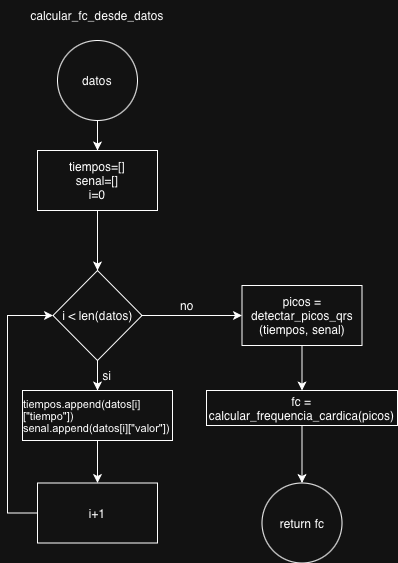
Before: Diagramas/calcular_fc_desde_datos.png, a diagram exported from draw.io (benjacoduti/Pulse_Lab). Source tidied: cells renumbered, new cells last; positions are measured from the earlier drawing's top-left corner, leaving out a move shared by most shapes. Its diagram source:
```xml
<mxGraphModel>
  <root>
    <mxCell id="0" />
    <mxCell id="1" parent="0" />
    <mxCell id="2" value="calcular_fc_desde_datos" style="text;html=1;whiteSpace=wrap;strokeColor=none;fillColor=none;align=center;verticalAlign=middle;rounded=0;" parent="1" vertex="1">
      <mxGeometry x="60" width="60" height="30" as="geometry" />
    </mxCell>
    <mxCell id="3" style="edgeStyle=orthogonalEdgeStyle;rounded=0;jettySize=auto;html=1;" parent="1" edge="1" source="4" target="6">
      <mxGeometry relative="1" as="geometry" />
    </mxCell>
    <mxCell id="4" value="datos" style="ellipse;whiteSpace=wrap;html=1;" parent="1" vertex="1">
      <mxGeometry x="50" y="40" width="80" height="80" as="geometry" />
    </mxCell>
    <mxCell id="5" style="edgeStyle=orthogonalEdgeStyle;rounded=0;jettySize=auto;html=1;" parent="1" edge="1" source="6" target="9">
      <mxGeometry relative="1" as="geometry" />
    </mxCell>
    <mxCell id="6" value="tiempos=[]&lt;div&gt;senal=[]&lt;/div&gt;&lt;div&gt;i=0&lt;/div&gt;" style="whiteSpace=wrap;html=1;" parent="1" vertex="1">
      <mxGeometry x="30" y="150" width="120" height="60" as="geometry" />
    </mxCell>
    <mxCell id="7" style="edgeStyle=orthogonalEdgeStyle;rounded=0;jettySize=auto;html=1;" parent="1" edge="1" source="9" target="11">
      <mxGeometry relative="1" as="geometry" />
    </mxCell>
    <mxCell id="8" style="edgeStyle=orthogonalEdgeStyle;rounded=0;jettySize=auto;html=1;" parent="1" edge="1" source="9" target="16">
      <mxGeometry relative="1" as="geometry" />
    </mxCell>
    <mxCell id="9" value="i &amp;lt; len(datos)" style="rhombus;whiteSpace=wrap;html=1;" parent="1" vertex="1">
      <mxGeometry x="45.5" y="270" width="89" height="90" as="geometry" />
    </mxCell>
    <mxCell id="10" style="edgeStyle=orthogonalEdgeStyle;rounded=0;jettySize=auto;html=1;" parent="1" edge="1" source="11" target="13">
      <mxGeometry relative="1" as="geometry" />
    </mxCell>
    <mxCell id="11" value="&lt;p class=&quot;p1&quot; style=&quot;margin: 0px; font-width: normal; font-size: 11px; line-height: normal; font-family: Arial; font-size-adjust: none; font-kerning: auto; font-variant-alternates: normal; font-variant-ligatures: normal; font-variant-numeric: normal; font-variant-east-asian: normal; font-variant-position: normal; font-feature-settings: normal; font-optical-sizing: auto; font-variation-settings: normal; text-align: start;&quot;&gt;&lt;span style=&quot;color: light-dark(rgb(0, 0, 0), rgb(255, 255, 255));&quot;&gt;tiempos.append(datos[i][&quot;tiempo&quot;])&lt;/span&gt;&lt;/p&gt;&lt;p class=&quot;p1&quot; style=&quot;margin: 0px; font-width: normal; font-size: 11px; line-height: normal; font-family: Arial; font-size-adjust: none; font-kerning: auto; font-variant-alternates: normal; font-variant-ligatures: normal; font-variant-numeric: normal; font-variant-east-asian: normal; font-variant-position: normal; font-feature-settings: normal; font-optical-sizing: auto; font-variation-settings: normal; text-align: start; color: rgb(133, 0, 2);&quot;&gt;&lt;span style=&quot;color: light-dark(rgb(0, 0, 0), rgb(255, 255, 255));&quot;&gt;senal.append(datos[i][&quot;valor&quot;])&lt;/span&gt;&lt;/p&gt;" style="whiteSpace=wrap;html=1;" parent="1" vertex="1">
      <mxGeometry x="15" y="390" width="150" height="50" as="geometry" />
    </mxCell>
    <mxCell id="12" style="edgeStyle=orthogonalEdgeStyle;rounded=0;jettySize=auto;html=1;exitX=0;exitY=0.5;exitDx=0;exitDy=0;entryX=0;entryY=0.5;entryDx=0;entryDy=0;" parent="1" edge="1" source="13" target="9">
      <mxGeometry relative="1" as="geometry">
        <Array as="points">
          <mxPoint y="513" />
          <mxPoint y="315" />
        </Array>
      </mxGeometry>
    </mxCell>
    <mxCell id="13" value="i+1" style="whiteSpace=wrap;html=1;" parent="1" vertex="1">
      <mxGeometry x="30" y="482.5" width="120" height="60" as="geometry" />
    </mxCell>
    <mxCell id="14" value="si" style="text;html=1;whiteSpace=wrap;strokeColor=none;fillColor=none;align=center;verticalAlign=middle;rounded=0;" parent="1" vertex="1">
      <mxGeometry x="70" y="360" width="60" height="30" as="geometry" />
    </mxCell>
    <mxCell id="15" style="edgeStyle=orthogonalEdgeStyle;rounded=0;jettySize=auto;html=1;" parent="1" edge="1" source="16" target="18">
      <mxGeometry relative="1" as="geometry" />
    </mxCell>
    <mxCell id="16" value="picos = detectar_picos_qrs (tiempos, senal)" style="whiteSpace=wrap;html=1;" parent="1" vertex="1">
      <mxGeometry x="234.5" y="285" width="120" height="60" as="geometry" />
    </mxCell>
    <mxCell id="17" style="edgeStyle=orthogonalEdgeStyle;rounded=0;jettySize=auto;html=1;" parent="1" edge="1" source="18" target="19">
      <mxGeometry relative="1" as="geometry" />
    </mxCell>
    <mxCell id="18" value="fc = calcular_frequencia_cardica(picos)" style="whiteSpace=wrap;html=1;" parent="1" vertex="1">
      <mxGeometry x="199" y="390" width="191" height="35" as="geometry" />
    </mxCell>
    <mxCell id="19" value="return fc" style="ellipse;whiteSpace=wrap;html=1;" parent="1" vertex="1">
      <mxGeometry x="254.5" y="482.5" width="80" height="80" as="geometry" />
    </mxCell>
    <mxCell id="20" value="no" style="text;html=1;whiteSpace=wrap;strokeColor=none;fillColor=none;align=center;verticalAlign=middle;rounded=0;" parent="1" vertex="1">
      <mxGeometry x="150" y="290" width="60" height="30" as="geometry" />
    </mxCell>
  </root>
</mxGraphModel>
```
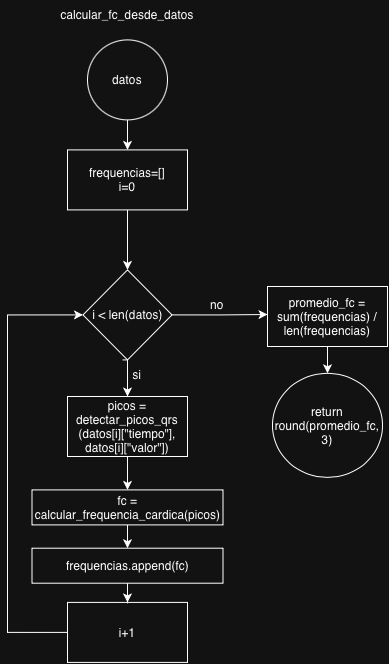
The same file after the commit.

Diff of the diagram source:
```diff
@@ -3,66 +3,74 @@
     <mxCell id="0" />
     <mxCell id="1" parent="0" />
     <mxCell id="2" value="calcular_fc_desde_datos" style="text;html=1;whiteSpace=wrap;strokeColor=none;fillColor=none;align=center;verticalAlign=middle;rounded=0;" parent="1" vertex="1">
-      <mxGeometry x="60" width="60" height="30" as="geometry" />
+      <mxGeometry x="260" y="-16.6" width="60" height="30" as="geometry" />
     </mxCell>
     <mxCell id="3" style="edgeStyle=orthogonalEdgeStyle;rounded=0;jettySize=auto;html=1;" parent="1" edge="1" source="4" target="6">
       <mxGeometry relative="1" as="geometry" />
     </mxCell>
     <mxCell id="4" value="datos" style="ellipse;whiteSpace=wrap;html=1;" parent="1" vertex="1">
-      <mxGeometry x="50" y="40" width="80" height="80" as="geometry" />
+      <mxGeometry x="250" y="23.4" width="80" height="80" as="geometry" />
     </mxCell>
-    <mxCell id="5" style="edgeStyle=orthogonalEdgeStyle;rounded=0;jettySize=auto;html=1;" parent="1" edge="1" source="6" target="9">
+    <mxCell id="5" style="edgeStyle=orthogonalEdgeStyle;rounded=0;jettySize=auto;html=1;" parent="1" edge="1" source="6" target="8">
       <mxGeometry relative="1" as="geometry" />
     </mxCell>
-    <mxCell id="6" value="tiempos=[]&lt;div&gt;senal=[]&lt;/div&gt;&lt;div&gt;i=0&lt;/div&gt;" style="whiteSpace=wrap;html=1;" parent="1" vertex="1">
-      <mxGeometry x="30" y="150" width="120" height="60" as="geometry" />
+    <mxCell id="6" value="frequencias=[]&lt;div&gt;i=0&lt;/div&gt;" style="whiteSpace=wrap;html=1;" parent="1" vertex="1">
+      <mxGeometry x="230" y="133.4" width="120" height="60" as="geometry" />
     </mxCell>
-    <mxCell id="7" style="edgeStyle=orthogonalEdgeStyle;rounded=0;jettySize=auto;html=1;" parent="1" edge="1" source="9" target="11">
-      <mxGeometry relative="1" as="geometry" />
+    <mxCell id="7" style="edgeStyle=orthogonalEdgeStyle;rounded=0;jettySize=auto;html=1;exitX=1;exitY=0.5;exitDx=0;exitDy=0;" parent="1" edge="1" source="8">
+      <mxGeometry relative="1" as="geometry">
+        <mxPoint x="430" y="298" as="targetPoint" />
+      </mxGeometry>
     </mxCell>
-    <mxCell id="8" style="edgeStyle=orthogonalEdgeStyle;rounded=0;jettySize=auto;html=1;" parent="1" edge="1" source="9" target="16">
-      <mxGeometry relative="1" as="geometry" />
+    <mxCell id="8" value="i &amp;lt; len(datos)" style="rhombus;whiteSpace=wrap;html=1;" parent="1" vertex="1">
+      <mxGeometry x="245.5" y="253.4" width="89" height="90" as="geometry" />
     </mxCell>
-    <mxCell id="9" value="i &amp;lt; len(datos)" style="rhombus;whiteSpace=wrap;html=1;" parent="1" vertex="1">
-      <mxGeometry x="45.5" y="270" width="89" height="90" as="geometry" />
+    <mxCell id="9" style="edgeStyle=orthogonalEdgeStyle;rounded=0;jettySize=auto;html=1;exitX=0;exitY=0.5;exitDx=0;exitDy=0;entryX=0;entryY=0.5;entryDx=0;entryDy=0;" parent="1" edge="1" source="10" target="8">
+      <mxGeometry relative="1" as="geometry">
+        <Array as="points">
+          <mxPoint x="170" y="616" />
+          <mxPoint x="170" y="298" />
+        </Array>
+      </mxGeometry>
     </mxCell>
-    <mxCell id="10" style="edgeStyle=orthogonalEdgeStyle;rounded=0;jettySize=auto;html=1;" parent="1" edge="1" source="11" target="13">
-      <mxGeometry relative="1" as="geometry" />
+    <mxCell id="10" value="i+1" style="whiteSpace=wrap;html=1;" parent="1" vertex="1">
+      <mxGeometry x="230" y="585.9" width="120" height="60" as="geometry" />
     </mxCell>
-    <mxCell id="11" value="&lt;p class=&quot;p1&quot; style=&quot;margin: 0px; font-width: normal; font-size: 11px; line-height: normal; font-family: Arial; font-size-adjust: none; font-kerning: auto; font-variant-alternates: normal; font-variant-ligatures: normal; font-variant-numeric: normal; font-variant-east-asian: normal; font-variant-position: normal; font-feature-settings: normal; font-optical-sizing: auto; font-variation-settings: normal; text-align: start;&quot;&gt;&lt;span style=&quot;color: light-dark(rgb(0, 0, 0), rgb(255, 255, 255));&quot;&gt;tiempos.append(datos[i][&quot;tiempo&quot;])&lt;/span&gt;&lt;/p&gt;&lt;p class=&quot;p1&quot; style=&quot;margin: 0px; font-width: normal; font-size: 11px; line-height: normal; font-family: Arial; font-size-adjust: none; font-kerning: auto; font-variant-alternates: normal; font-variant-ligatures: normal; font-variant-numeric: normal; font-variant-east-asian: normal; font-variant-position: normal; font-feature-settings: normal; font-optical-sizing: auto; font-variation-settings: normal; text-align: start; color: rgb(133, 0, 2);&quot;&gt;&lt;span style=&quot;color: light-dark(rgb(0, 0, 0), rgb(255, 255, 255));&quot;&gt;senal.append(datos[i][&quot;valor&quot;])&lt;/span&gt;&lt;/p&gt;" style="whiteSpace=wrap;html=1;" parent="1" vertex="1">
-      <mxGeometry x="15" y="390" width="150" height="50" as="geometry" />
+    <mxCell id="11" style="edgeStyle=orthogonalEdgeStyle;rounded=0;jettySize=auto;html=1;exitX=0.25;exitY=0;exitDx=0;exitDy=0;entryX=0.5;entryY=0;entryDx=0;entryDy=0;" parent="1" edge="1" source="12" target="14">
+      <mxGeometry relative="1" as="geometry" />
     </mxCell>
-    <mxCell id="12" style="edgeStyle=orthogonalEdgeStyle;rounded=0;jettySize=auto;html=1;exitX=0;exitY=0.5;exitDx=0;exitDy=0;entryX=0;entryY=0.5;entryDx=0;entryDy=0;" parent="1" edge="1" source="13" target="9">
-      <mxGeometry relative="1" as="geometry">
-        <Array as="points">
-          <mxPoint y="513" />
-          <mxPoint y="315" />
-        </Array>
-      </mxGeometry>
+    <mxCell id="12" value="si" style="text;html=1;whiteSpace=wrap;strokeColor=none;fillColor=none;align=center;verticalAlign=middle;rounded=0;" parent="1" vertex="1">
+      <mxGeometry x="270" y="343.4" width="60" height="30" as="geometry" />
     </mxCell>
-    <mxCell id="13" value="i+1" style="whiteSpace=wrap;html=1;" parent="1" vertex="1">
-      <mxGeometry x="30" y="482.5" width="120" height="60" as="geometry" />
+    <mxCell id="13" style="edgeStyle=orthogonalEdgeStyle;rounded=0;jettySize=auto;html=1;" parent="1" edge="1" source="14" target="16">
+      <mxGeometry relative="1" as="geometry" />
     </mxCell>
-    <mxCell id="14" value="si" style="text;html=1;whiteSpace=wrap;strokeColor=none;fillColor=none;align=center;verticalAlign=middle;rounded=0;" parent="1" vertex="1">
-      <mxGeometry x="70" y="360" width="60" height="30" as="geometry" />
+    <mxCell id="14" value="picos = detectar_picos_qrs (datos[i][&quot;tiempo&quot;], datos[i][&quot;valor&quot;])" style="whiteSpace=wrap;html=1;" parent="1" vertex="1">
+      <mxGeometry x="230" y="380" width="120" height="60" as="geometry" />
     </mxCell>
-    <mxCell id="15" style="edgeStyle=orthogonalEdgeStyle;rounded=0;jettySize=auto;html=1;" parent="1" edge="1" source="16" target="18">
+    <mxCell id="15" style="edgeStyle=orthogonalEdgeStyle;rounded=0;jettySize=auto;html=1;" parent="1" edge="1" source="16" target="20">
       <mxGeometry relative="1" as="geometry" />
     </mxCell>
-    <mxCell id="16" value="picos = detectar_picos_qrs (tiempos, senal)" style="whiteSpace=wrap;html=1;" parent="1" vertex="1">
-      <mxGeometry x="234.5" y="285" width="120" height="60" as="geometry" />
+    <mxCell id="16" value="fc = calcular_frequencia_cardica(picos)" style="whiteSpace=wrap;html=1;" parent="1" vertex="1">
+      <mxGeometry x="194.5" y="473.4" width="191" height="35" as="geometry" />
     </mxCell>
-    <mxCell id="17" style="edgeStyle=orthogonalEdgeStyle;rounded=0;jettySize=auto;html=1;" parent="1" edge="1" source="18" target="19">
-      <mxGeometry relative="1" as="geometry" />
+    <mxCell id="17" value="return round(promedio_fc, 3)" style="ellipse;whiteSpace=wrap;html=1;" parent="1" vertex="1">
+      <mxGeometry x="435" y="356.8" width="110" height="104.1" as="geometry" />
     </mxCell>
-    <mxCell id="18" value="fc = calcular_frequencia_cardica(picos)" style="whiteSpace=wrap;html=1;" parent="1" vertex="1">
-      <mxGeometry x="199" y="390" width="191" height="35" as="geometry" />
+    <mxCell id="18" value="no" style="text;html=1;whiteSpace=wrap;strokeColor=none;fillColor=none;align=center;verticalAlign=middle;rounded=0;" parent="1" vertex="1">
+      <mxGeometry x="350" y="273.4" width="60" height="30" as="geometry" />
     </mxCell>
-    <mxCell id="19" value="return fc" style="ellipse;whiteSpace=wrap;html=1;" parent="1" vertex="1">
-      <mxGeometry x="254.5" y="482.5" width="80" height="80" as="geometry" />
+    <mxCell id="19" style="edgeStyle=orthogonalEdgeStyle;rounded=0;jettySize=auto;html=1;" parent="1" edge="1" source="20" target="10">
+      <mxGeometry relative="1" as="geometry" />
     </mxCell>
-    <mxCell id="20" value="no" style="text;html=1;whiteSpace=wrap;strokeColor=none;fillColor=none;align=center;verticalAlign=middle;rounded=0;" parent="1" vertex="1">
-      <mxGeometry x="150" y="290" width="60" height="30" as="geometry" />
+    <mxCell id="20" value="frequencias.append(fc)" style="whiteSpace=wrap;html=1;" parent="1" vertex="1">
+      <mxGeometry x="194.5" y="531.7" width="191" height="35" as="geometry" />
     </mxCell>
+    <mxCell id="21" style="edgeStyle=orthogonalEdgeStyle;rounded=0;jettySize=auto;html=1;" parent="1" edge="1" source="22" target="17">
+      <mxGeometry relative="1" as="geometry" />
+    </mxCell>
+    <mxCell id="22" value="promedio_fc = sum(frequencias) / len(frequencias)" style="rounded=0;whiteSpace=wrap;html=1;" parent="1" vertex="1">
+      <mxGeometry x="430" y="270" width="120" height="60" as="geometry" />
+    </mxCell>
   </root>
 </mxGraphModel>
```
